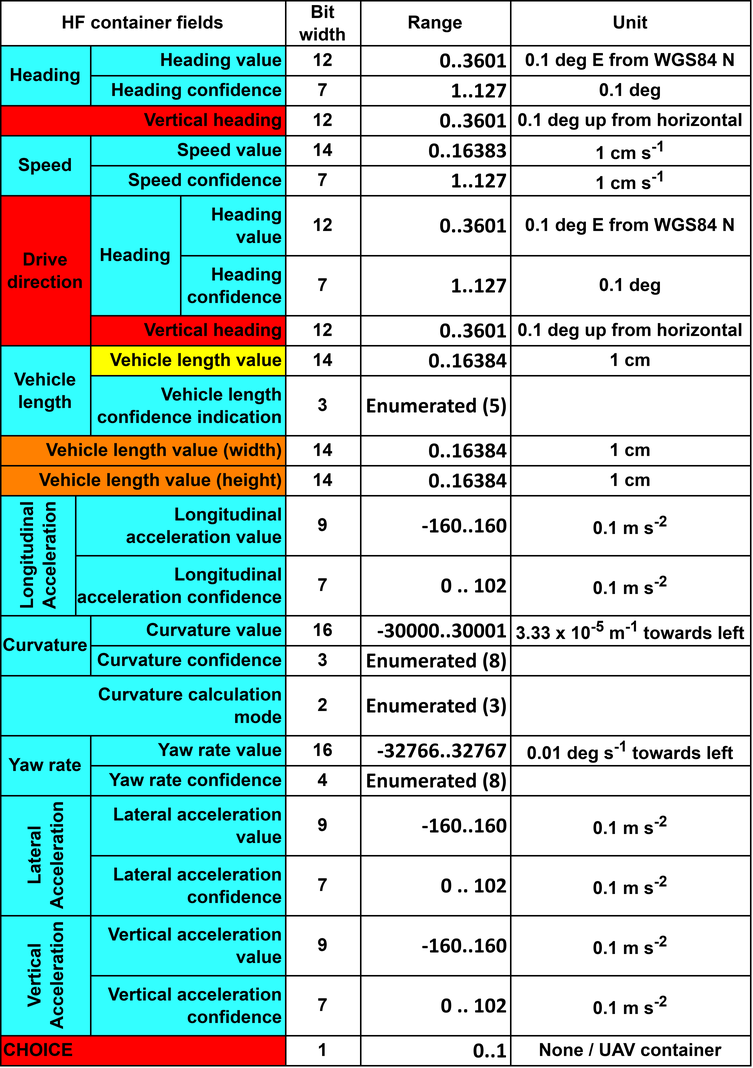
Earlier version of the draw.io export uav_cam/protocol stack hf container.drawio.png (sandaruwanjayaweera/v2xplus). Source tidied: cells renumbered, new cells last; positions are measured from the earlier drawing's top-left corner, leaving out a move shared by most shapes.
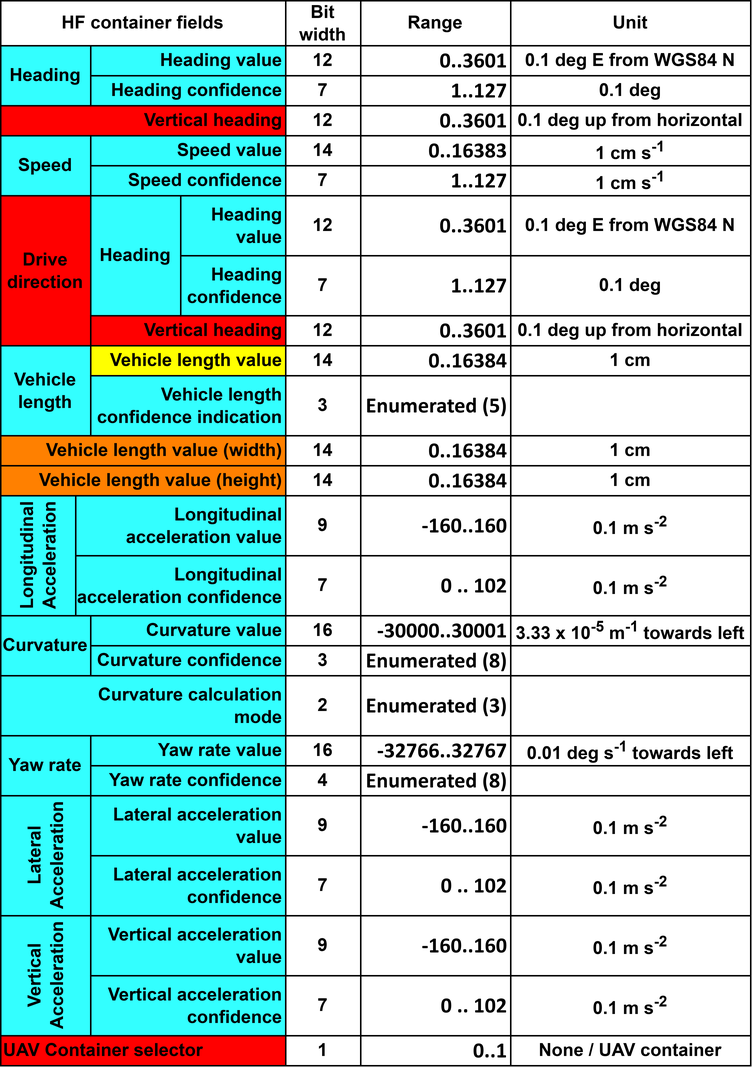
The same diagram one commit later.

Commit message:
choice names

Change to the diagram source:
```diff
@@ -320,7 +320,7 @@
     <mxCell id="107" style="rounded=0;whiteSpace=wrap;html=1;align=center;fillColor=#FFFFFF;fontStyle=1;" parent="1" vertex="1">
       <mxGeometry x="355" y="510" width="160" height="20" as="geometry" />
     </mxCell>
-    <mxCell id="108" value="CHOICE" style="rounded=0;whiteSpace=wrap;html=1;align=left;fillColor=#FF0000;fontStyle=1;" parent="1" vertex="1">
+    <mxCell id="108" value="UAV Container selector" style="rounded=0;whiteSpace=wrap;html=1;align=left;fillColor=#FF0000;fontStyle=1;" parent="1" vertex="1">
       <mxGeometry x="15" y="690" width="190" height="20" as="geometry" />
     </mxCell>
     <mxCell id="109" value="1" style="rounded=0;whiteSpace=wrap;html=1;align=center;fontStyle=1;" parent="1" vertex="1">
```
